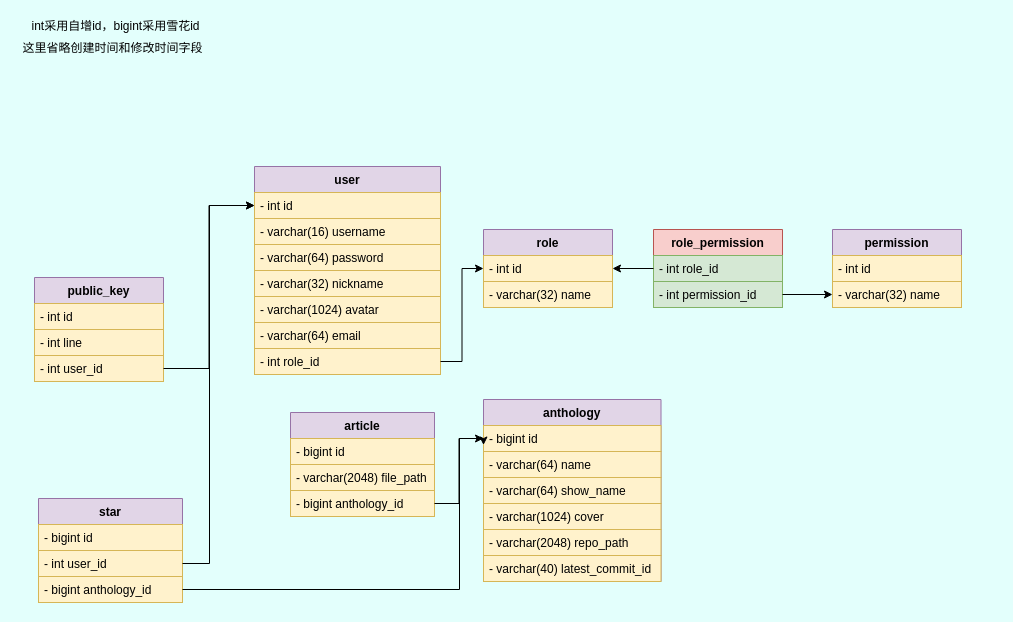
Earlier version of the draw.io diagram page "数据库" (2 of 2) of server-springboot/后端类图.dio (swsk33/git-document). Source tidied: cells renumbered, new cells numbered last; positions are measured from the earlier drawing's top-left corner, leaving out a move shared by most shapes. Both pictures are drawn from the tidied source at 100%, with x=0, y=0 at pixel (17, 17).
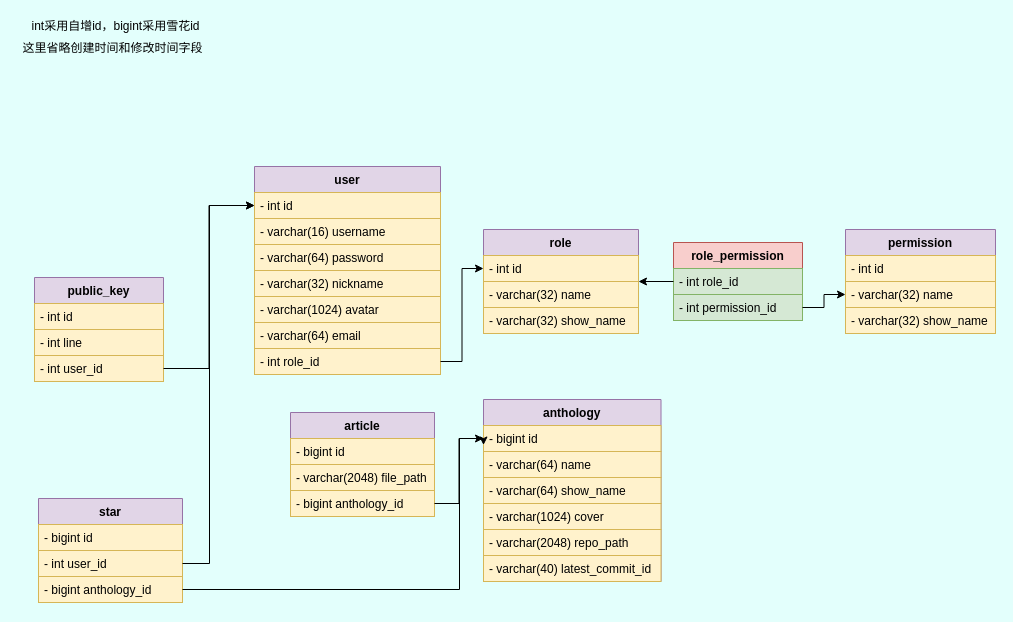
The same diagram, later.

What changed in the source:
```diff
@@
     <mxCell id="10" value="role" style="swimlane;fontStyle=1;align=center;verticalAlign=top;horizontal=1;startSize=26;fillColor=#e1d5e7;strokeColor=#9673a6;" parent="1" vertex="1">
-      <mxGeometry x="466" y="212" width="129" height="78" as="geometry" />
+      <mxGeometry x="466" y="212" width="155" height="104" as="geometry" />
     </mxCell>
     <mxCell id="11" value="- int id" style="text;strokeColor=#d6b656;fillColor=#fff2cc;align=left;verticalAlign=top;spacingLeft=4;spacingRight=4;overflow=hidden;points=[[0,0.5],[1,0.5]];portConstraint=eastwest;" parent="10" vertex="1">
-      <mxGeometry y="26" width="129" height="26" as="geometry" />
+      <mxGeometry y="26" width="155" height="26" as="geometry" />
     </mxCell>
     <mxCell id="12" value="- varchar(32) name" style="text;strokeColor=#d6b656;fillColor=#fff2cc;align=left;verticalAlign=top;spacingLeft=4;spacingRight=4;overflow=hidden;" parent="10" vertex="1">
-      <mxGeometry y="52" width="129" height="26" as="geometry" />
+      <mxGeometry y="52" width="155" height="26" as="geometry" />
     </mxCell>
+    <mxCell id="47" value="- varchar(32) show_name" style="text;strokeColor=#d6b656;fillColor=#fff2cc;align=left;verticalAlign=top;spacingLeft=4;spacingRight=4;overflow=hidden;" parent="10" vertex="1">
+      <mxGeometry y="78" width="155" height="26" as="geometry" />
+    </mxCell>
     <mxCell id="13" value="permission" style="swimlane;fontStyle=1;align=center;verticalAlign=top;horizontal=1;startSize=26;fillColor=#e1d5e7;strokeColor=#9673a6;" parent="1" vertex="1">
-      <mxGeometry x="815" y="212" width="129" height="78" as="geometry" />
+      <mxGeometry x="828" y="212" width="150" height="104" as="geometry" />
     </mxCell>
     <mxCell id="14" value="- int id" style="text;strokeColor=#d6b656;fillColor=#fff2cc;align=left;verticalAlign=top;spacingLeft=4;spacingRight=4;overflow=hidden;" parent="13" vertex="1">
-      <mxGeometry y="26" width="129" height="26" as="geometry" />
+      <mxGeometry y="26" width="150" height="26" as="geometry" />
     </mxCell>
     <mxCell id="15" value="- varchar(32) name" style="text;strokeColor=#d6b656;fillColor=#fff2cc;align=left;verticalAlign=top;spacingLeft=4;spacingRight=4;overflow=hidden;points=[[0,0.5],[1,0.5]];portConstraint=eastwest;" parent="13" vertex="1">
-      <mxGeometry y="52" width="129" height="26" as="geometry" />
+      <mxGeometry y="52" width="150" height="26" as="geometry" />
     </mxCell>
+    <mxCell id="48" value="- varchar(32) show_name" style="text;strokeColor=#d6b656;fillColor=#fff2cc;align=left;verticalAlign=top;spacingLeft=4;spacingRight=4;overflow=hidden;" parent="13" vertex="1">
+      <mxGeometry y="78" width="150" height="26" as="geometry" />
+    </mxCell>
     <mxCell id="16" value="role_permission" style="swimlane;fontStyle=1;align=center;verticalAlign=top;horizontal=1;startSize=26;fillColor=#f8cecc;strokeColor=#b85450;" parent="1" vertex="1">
-      <mxGeometry x="636" y="212" width="129" height="78" as="geometry" />
+      <mxGeometry x="656" y="225" width="129" height="78" as="geometry" />
     </mxCell>
```
